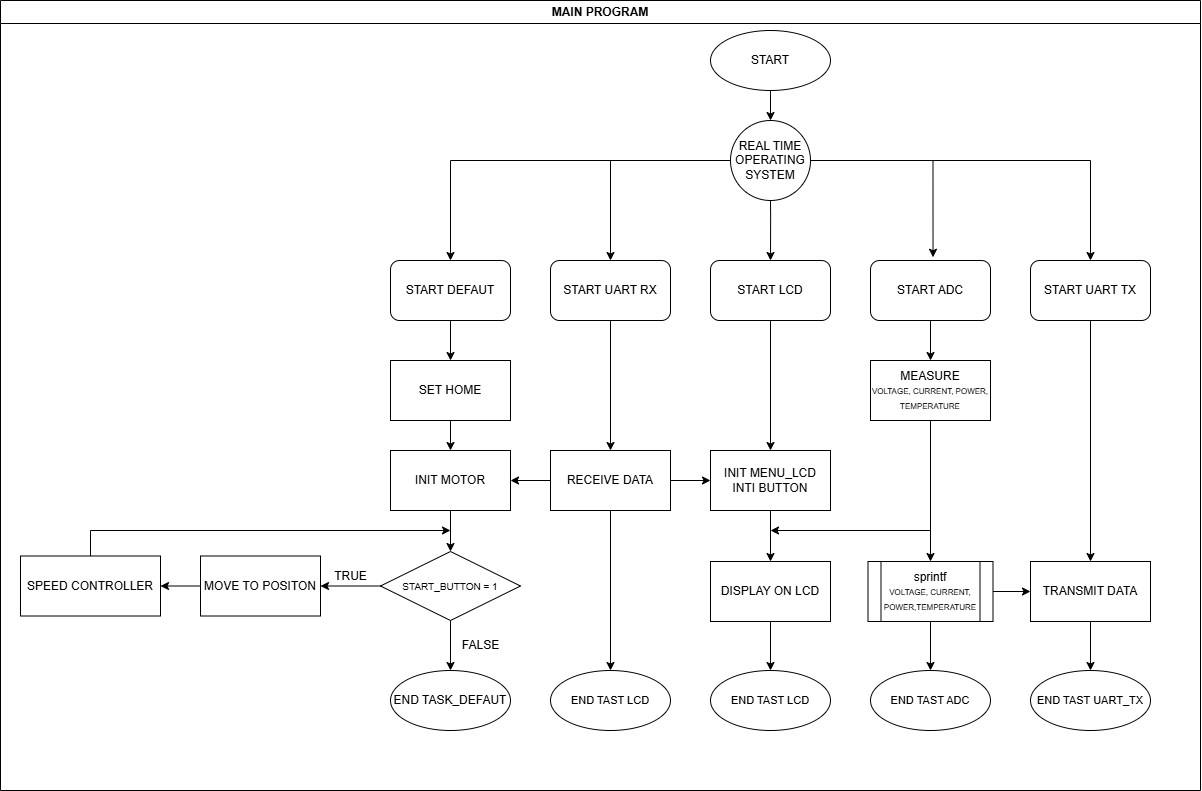
The draw.io diagram FLOWCHART/FLOWCHART-MAIN-PROGRAM.png in Quynguyen34/CNC-Drill-Graduation-Project, before a commit. Source tidied: cells renumbered, new cells last; positions are measured from the earlier drawing's top-left corner, leaving out a move shared by most shapes.
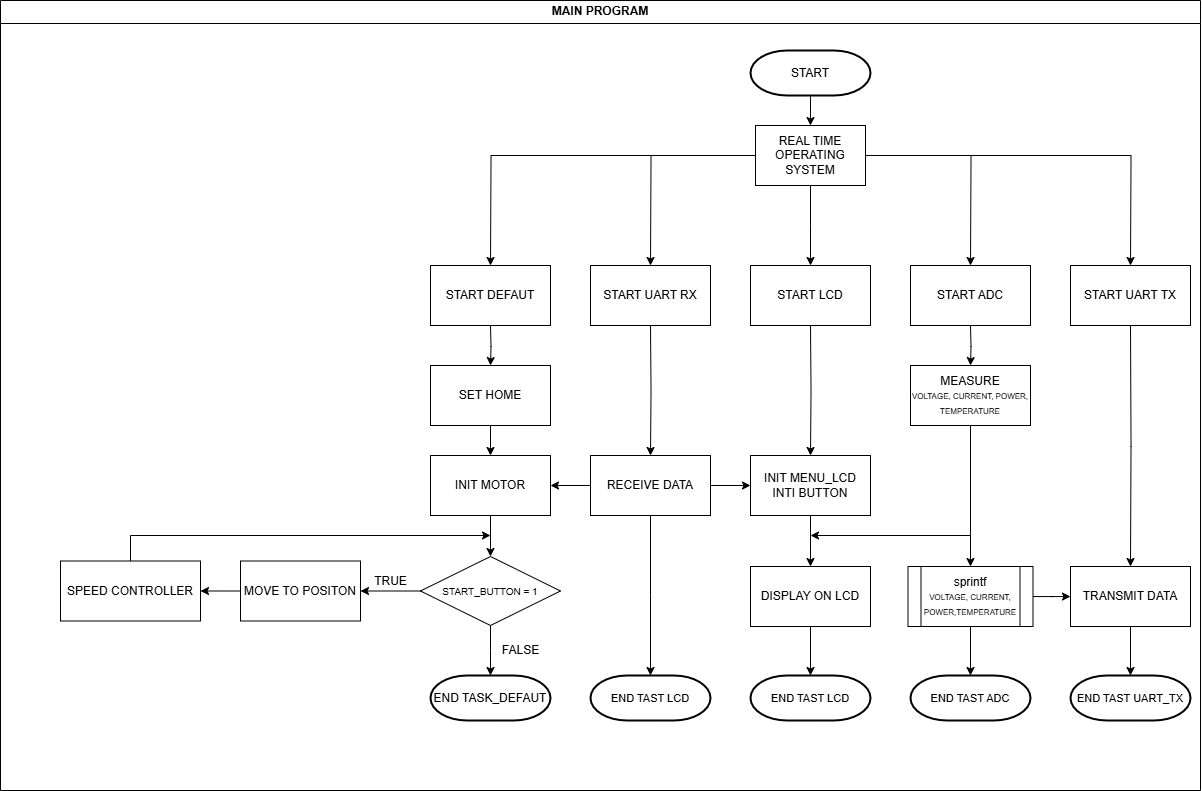
After the change.

Diff of the diagram source:
```diff
@@ -2,42 +2,17 @@
   <root>
     <mxCell id="0" />
     <mxCell id="1" parent="0" />
-    <mxCell id="2" style="edgeStyle=orthogonalEdgeStyle;rounded=0;jettySize=auto;html=1;" parent="1" edge="1" source="3" target="11">
-      <mxGeometry relative="1" as="geometry" />
+    <mxCell id="2" style="edgeStyle=orthogonalEdgeStyle;rounded=0;orthogonalLoop=1;jettySize=auto;html=1;" parent="1" edge="1">
+      <mxGeometry relative="1" as="geometry">
+        <mxPoint x="770" y="90" as="sourcePoint" />
+        <mxPoint x="770" y="120" as="targetPoint" />
+      </mxGeometry>
     </mxCell>
-    <mxCell id="3" value="START" style="ellipse;whiteSpace=wrap;html=1;" parent="1" vertex="1">
-      <mxGeometry x="710" y="30" width="120" height="60" as="geometry" />
-    </mxCell>
-    <mxCell id="4" style="edgeStyle=orthogonalEdgeStyle;rounded=0;jettySize=auto;html=1;" parent="1" edge="1" source="5" target="13">
-      <mxGeometry relative="1" as="geometry" />
+    <mxCell id="4" style="edgeStyle=orthogonalEdgeStyle;rounded=0;jettySize=auto;html=1;" parent="1" edge="1" target="13">
+      <mxGeometry relative="1" as="geometry">
+        <mxPoint x="450" y="320" as="sourcePoint" />
+      </mxGeometry>
     </mxCell>
-    <mxCell id="5" value="START DEFAUT" style="rounded=1;whiteSpace=wrap;html=1;" parent="1" vertex="1">
-      <mxGeometry x="390" y="260" width="120" height="60" as="geometry" />
-    </mxCell>
-    <mxCell id="6" style="edgeStyle=orthogonalEdgeStyle;rounded=0;jettySize=auto;html=1;entryX=0.5;entryY=0;entryDx=0;entryDy=0;" parent="1" edge="1" source="11" target="5">
-      <mxGeometry relative="1" as="geometry" />
-    </mxCell>
-    <mxCell id="7" style="edgeStyle=orthogonalEdgeStyle;rounded=0;jettySize=auto;html=1;entryX=0.5;entryY=0;entryDx=0;entryDy=0;exitX=0;exitY=0.5;exitDx=0;exitDy=0;" parent="1" edge="1" source="11" target="28">
-      <mxGeometry relative="1" as="geometry">
-        <Array as="points">
-          <mxPoint x="610" y="160" />
-        </Array>
-      </mxGeometry>
-    </mxCell>
-    <mxCell id="8" style="edgeStyle=orthogonalEdgeStyle;rounded=0;jettySize=auto;html=1;" parent="1" edge="1" target="34">
-      <mxGeometry relative="1" as="geometry">
-        <mxPoint x="769.6" y="170" as="sourcePoint" />
-      </mxGeometry>
-    </mxCell>
-    <mxCell id="9" style="edgeStyle=orthogonalEdgeStyle;rounded=0;jettySize=auto;html=1;entryX=0.479;entryY=-0.054;entryDx=0;entryDy=0;entryPerimeter=0;" parent="1" edge="1" source="11" target="40">
-      <mxGeometry relative="1" as="geometry" />
-    </mxCell>
-    <mxCell id="10" style="edgeStyle=orthogonalEdgeStyle;rounded=0;jettySize=auto;html=1;entryX=0.5;entryY=0;entryDx=0;entryDy=0;exitX=1;exitY=0.5;exitDx=0;exitDy=0;" parent="1" edge="1" source="11" target="47">
-      <mxGeometry relative="1" as="geometry" />
-    </mxCell>
-    <mxCell id="11" value="REAL TIME OPERATING SYSTEM" style="ellipse;whiteSpace=wrap;html=1;" parent="1" vertex="1">
-      <mxGeometry x="730" y="120" width="80" height="80" as="geometry" />
-    </mxCell>
     <mxCell id="12" style="edgeStyle=orthogonalEdgeStyle;rounded=0;jettySize=auto;html=1;" parent="1" edge="1" source="13" target="15">
       <mxGeometry relative="1" as="geometry" />
     </mxCell>
@@ -53,8 +28,10 @@
     <mxCell id="16" style="edgeStyle=orthogonalEdgeStyle;rounded=0;jettySize=auto;html=1;" parent="1" edge="1" source="18" target="21">
       <mxGeometry relative="1" as="geometry" />
     </mxCell>
-    <mxCell id="17" style="edgeStyle=orthogonalEdgeStyle;rounded=0;jettySize=auto;html=1;entryX=0.5;entryY=0;entryDx=0;entryDy=0;" parent="1" edge="1" source="18" target="23">
-      <mxGeometry relative="1" as="geometry" />
+    <mxCell id="17" style="edgeStyle=orthogonalEdgeStyle;rounded=0;jettySize=auto;html=1;entryX=0.5;entryY=0;entryDx=0;entryDy=0;" parent="1" edge="1" source="18">
+      <mxGeometry relative="1" as="geometry">
+        <mxPoint x="450" y="670" as="targetPoint" />
+      </mxGeometry>
     </mxCell>
     <mxCell id="18" value="&lt;font style=&quot;font-size: 10px;&quot;&gt;START_BUTTON = 1&lt;/font&gt;" style="rhombus;whiteSpace=wrap;html=1;rounded=0;" parent="1" vertex="1">
       <mxGeometry x="380" y="551" width="140" height="69" as="geometry" />
@@ -76,9 +53,6 @@
     <mxCell id="22" value="TRUE" style="text;html=1;align=center;verticalAlign=middle;strokeColor=none;fillColor=none;" parent="1" vertex="1">
       <mxGeometry x="320" y="561" width="60" height="30" as="geometry" />
     </mxCell>
-    <mxCell id="23" value="END TASK_DEFAUT" style="ellipse;whiteSpace=wrap;html=1;" parent="1" vertex="1">
-      <mxGeometry x="390" y="670" width="120" height="60" as="geometry" />
-    </mxCell>
     <mxCell id="24" value="FALSE" style="text;html=1;align=center;verticalAlign=middle;strokeColor=none;fillColor=none;" parent="1" vertex="1">
       <mxGeometry x="450" y="630" width="60" height="30" as="geometry" />
     </mxCell>
@@ -94,17 +68,18 @@
         </Array>
       </mxGeometry>
     </mxCell>
-    <mxCell id="27" style="edgeStyle=orthogonalEdgeStyle;rounded=0;jettySize=auto;html=1;" parent="1" edge="1" source="28" target="32">
-      <mxGeometry relative="1" as="geometry" />
+    <mxCell id="27" style="edgeStyle=orthogonalEdgeStyle;rounded=0;jettySize=auto;html=1;" parent="1" edge="1" target="32">
+      <mxGeometry relative="1" as="geometry">
+        <mxPoint x="610" y="320" as="sourcePoint" />
+      </mxGeometry>
     </mxCell>
-    <mxCell id="28" value="START UART RX" style="rounded=1;whiteSpace=wrap;html=1;" parent="1" vertex="1">
-      <mxGeometry x="550" y="260" width="120" height="60" as="geometry" />
-    </mxCell>
     <mxCell id="29" style="edgeStyle=orthogonalEdgeStyle;rounded=0;jettySize=auto;html=1;entryX=1;entryY=0.5;entryDx=0;entryDy=0;" parent="1" edge="1" source="32" target="15">
       <mxGeometry relative="1" as="geometry" />
     </mxCell>
-    <mxCell id="30" style="edgeStyle=orthogonalEdgeStyle;rounded=0;jettySize=auto;html=1;entryX=0.5;entryY=0;entryDx=0;entryDy=0;" parent="1" edge="1" source="32" target="53">
-      <mxGeometry relative="1" as="geometry" />
+    <mxCell id="30" style="edgeStyle=orthogonalEdgeStyle;rounded=0;jettySize=auto;html=1;entryX=0.5;entryY=0;entryDx=0;entryDy=0;" parent="1" edge="1" source="32">
+      <mxGeometry relative="1" as="geometry">
+        <mxPoint x="610" y="670" as="targetPoint" />
+      </mxGeometry>
     </mxCell>
     <mxCell id="31" style="edgeStyle=orthogonalEdgeStyle;rounded=0;jettySize=auto;html=1;" parent="1" edge="1" source="32" target="36">
       <mxGeometry relative="1" as="geometry" />
@@ -112,30 +87,30 @@
     <mxCell id="32" value="RECEIVE DATA" style="rounded=0;whiteSpace=wrap;html=1;" parent="1" vertex="1">
       <mxGeometry x="550" y="450" width="120" height="60" as="geometry" />
     </mxCell>
-    <mxCell id="33" style="edgeStyle=orthogonalEdgeStyle;rounded=0;jettySize=auto;html=1;" parent="1" edge="1" source="34" target="36">
-      <mxGeometry relative="1" as="geometry" />
+    <mxCell id="33" style="edgeStyle=orthogonalEdgeStyle;rounded=0;jettySize=auto;html=1;" parent="1" edge="1" target="36">
+      <mxGeometry relative="1" as="geometry">
+        <mxPoint x="770" y="320" as="sourcePoint" />
+      </mxGeometry>
     </mxCell>
-    <mxCell id="34" value="START LCD" style="rounded=1;whiteSpace=wrap;html=1;direction=east;flipH=1;" parent="1" vertex="1">
-      <mxGeometry x="710" y="260" width="120" height="60" as="geometry" />
-    </mxCell>
     <mxCell id="35" style="edgeStyle=orthogonalEdgeStyle;rounded=0;jettySize=auto;html=1;entryX=0.5;entryY=0;entryDx=0;entryDy=0;" parent="1" edge="1" source="36" target="38">
       <mxGeometry relative="1" as="geometry" />
     </mxCell>
     <mxCell id="36" value="INIT MENU_LCD&lt;div&gt;INTI BUTTON&lt;/div&gt;" style="rounded=0;whiteSpace=wrap;html=1;direction=east;flipH=1;" parent="1" vertex="1">
       <mxGeometry x="710" y="450" width="120" height="60" as="geometry" />
     </mxCell>
-    <mxCell id="37" style="edgeStyle=orthogonalEdgeStyle;rounded=0;jettySize=auto;html=1;" parent="1" edge="1" source="38" target="52">
-      <mxGeometry relative="1" as="geometry" />
+    <mxCell id="37" style="edgeStyle=orthogonalEdgeStyle;rounded=0;jettySize=auto;html=1;" parent="1" edge="1" source="38">
+      <mxGeometry relative="1" as="geometry">
+        <mxPoint x="770" y="670" as="targetPoint" />
+      </mxGeometry>
     </mxCell>
     <mxCell id="38" value="DISPLAY ON LCD" style="rounded=0;whiteSpace=wrap;html=1;direction=east;flipH=1;" parent="1" vertex="1">
       <mxGeometry x="710" y="561" width="120" height="60" as="geometry" />
     </mxCell>
-    <mxCell id="39" style="edgeStyle=orthogonalEdgeStyle;rounded=0;jettySize=auto;html=1;" parent="1" edge="1" source="40" target="42">
-      <mxGeometry relative="1" as="geometry" />
+    <mxCell id="39" style="edgeStyle=orthogonalEdgeStyle;rounded=0;jettySize=auto;html=1;" parent="1" edge="1" target="42">
+      <mxGeometry relative="1" as="geometry">
+        <mxPoint x="930" y="320" as="sourcePoint" />
+      </mxGeometry>
     </mxCell>
-    <mxCell id="40" value="START ADC" style="rounded=1;whiteSpace=wrap;html=1;direction=east;flipH=1;" parent="1" vertex="1">
-      <mxGeometry x="870" y="260" width="120" height="60" as="geometry" />
-    </mxCell>
     <mxCell id="41" style="edgeStyle=orthogonalEdgeStyle;rounded=0;jettySize=auto;html=1;entryX=0.5;entryY=0;entryDx=0;entryDy=0;" parent="1" edge="1" source="42" target="45">
       <mxGeometry relative="1" as="geometry" />
     </mxCell>
@@ -145,38 +120,90 @@
     <mxCell id="43" style="edgeStyle=orthogonalEdgeStyle;rounded=0;jettySize=auto;html=1;" parent="1" edge="1" source="45" target="49">
       <mxGeometry relative="1" as="geometry" />
     </mxCell>
-    <mxCell id="44" style="edgeStyle=orthogonalEdgeStyle;rounded=0;jettySize=auto;html=1;" parent="1" edge="1" source="45" target="51">
-      <mxGeometry relative="1" as="geometry" />
+    <mxCell id="44" style="edgeStyle=orthogonalEdgeStyle;rounded=0;jettySize=auto;html=1;" parent="1" edge="1" source="45">
+      <mxGeometry relative="1" as="geometry">
+        <mxPoint x="930" y="670" as="targetPoint" />
+      </mxGeometry>
     </mxCell>
     <mxCell id="45" value="sprintf&lt;div&gt;&lt;font style=&quot;font-size: 8px;&quot;&gt;VOLTAGE, CURRENT, POWER,TEMPERATURE&lt;/font&gt;&lt;/div&gt;" style="shape=process;whiteSpace=wrap;html=1;backgroundOutline=1;direction=east;flipH=1;" parent="1" vertex="1">
       <mxGeometry x="867.5" y="561" width="125" height="60" as="geometry" />
     </mxCell>
-    <mxCell id="46" style="edgeStyle=orthogonalEdgeStyle;rounded=0;jettySize=auto;html=1;" parent="1" edge="1" source="47" target="49">
-      <mxGeometry relative="1" as="geometry" />
+    <mxCell id="46" style="edgeStyle=orthogonalEdgeStyle;rounded=0;jettySize=auto;html=1;" parent="1" edge="1" target="49">
+      <mxGeometry relative="1" as="geometry">
+        <mxPoint x="1090" y="320" as="sourcePoint" />
+      </mxGeometry>
     </mxCell>
-    <mxCell id="47" value="START UART TX" style="rounded=1;whiteSpace=wrap;html=1;direction=east;flipH=1;" parent="1" vertex="1">
-      <mxGeometry x="1030" y="260" width="120" height="60" as="geometry" />
-    </mxCell>
-    <mxCell id="48" style="edgeStyle=orthogonalEdgeStyle;rounded=0;jettySize=auto;html=1;" parent="1" edge="1" source="49" target="50">
-      <mxGeometry relative="1" as="geometry" />
+    <mxCell id="48" style="edgeStyle=orthogonalEdgeStyle;rounded=0;jettySize=auto;html=1;" parent="1" edge="1" source="49">
+      <mxGeometry relative="1" as="geometry">
+        <mxPoint x="1090" y="670" as="targetPoint" />
+      </mxGeometry>
     </mxCell>
     <mxCell id="49" value="TRANSMIT DATA" style="rounded=0;whiteSpace=wrap;html=1;direction=east;flipH=1;" parent="1" vertex="1">
       <mxGeometry x="1030" y="561" width="120" height="60" as="geometry" />
     </mxCell>
+    <mxCell id="54" value="MAIN PROGRAM" style="swimlane;whiteSpace=wrap;html=1;" parent="1" vertex="1">
+      <mxGeometry x="-40" y="-5" width="1200" height="790" as="geometry" />
+    </mxCell>
+    <mxCell id="3" value="START" style="strokeWidth=2;html=1;shape=mxgraph.flowchart.terminator;whiteSpace=wrap;" parent="54" vertex="1">
+      <mxGeometry x="750" y="50" width="120" height="45" as="geometry" />
+    </mxCell>
+    <mxCell id="11" value="REAL TIME OPERATING SYSTEM" style="rounded=0;whiteSpace=wrap;html=1;" parent="54" vertex="1">
+      <mxGeometry x="755" y="125" width="110" height="60" as="geometry" />
+    </mxCell>
+    <mxCell id="5" value="START DEFAUT" style="rounded=0;whiteSpace=wrap;html=1;" parent="54" vertex="1">
+      <mxGeometry x="430" y="265" width="120" height="60" as="geometry" />
+    </mxCell>
+    <mxCell id="28" value="START UART RX" style="rounded=0;whiteSpace=wrap;html=1;" parent="54" vertex="1">
+      <mxGeometry x="590" y="265" width="120" height="60" as="geometry" />
+    </mxCell>
+    <mxCell id="34" value="START LCD" style="rounded=0;whiteSpace=wrap;html=1;" parent="54" vertex="1">
+      <mxGeometry x="750" y="265" width="120" height="60" as="geometry" />
+    </mxCell>
+    <mxCell id="40" value="START ADC" style="rounded=0;whiteSpace=wrap;html=1;" parent="54" vertex="1">
+      <mxGeometry x="910" y="265" width="120" height="60" as="geometry" />
+    </mxCell>
+    <mxCell id="47" value="START UART TX" style="rounded=0;whiteSpace=wrap;html=1;" parent="54" vertex="1">
+      <mxGeometry x="1070" y="265" width="120" height="60" as="geometry" />
+    </mxCell>
+    <mxCell id="23" value="END TASK_DEFAUT" style="strokeWidth=2;html=1;shape=mxgraph.flowchart.terminator;whiteSpace=wrap;" parent="54" vertex="1">
+      <mxGeometry x="430" y="675" width="120" height="45" as="geometry" />
+    </mxCell>
+    <mxCell id="55" value="&lt;span style=&quot;font-size: 11px;&quot;&gt;END TAST LCD&lt;/span&gt;" style="strokeWidth=2;html=1;shape=mxgraph.flowchart.terminator;whiteSpace=wrap;" parent="54" vertex="1">
+      <mxGeometry x="590" y="675" width="120" height="45" as="geometry" />
+    </mxCell>
+    <mxCell id="56" value="&lt;span style=&quot;font-size: 11px;&quot;&gt;END TAST LCD&lt;/span&gt;" style="strokeWidth=2;html=1;shape=mxgraph.flowchart.terminator;whiteSpace=wrap;" parent="54" vertex="1">
+      <mxGeometry x="750" y="675" width="120" height="45" as="geometry" />
+    </mxCell>
+    <mxCell id="51" value="&lt;span style=&quot;font-size: 11px;&quot;&gt;END TAST ADC&lt;/span&gt;" style="strokeWidth=2;html=1;shape=mxgraph.flowchart.terminator;whiteSpace=wrap;" parent="54" vertex="1">
+      <mxGeometry x="910" y="675" width="120" height="45" as="geometry" />
+    </mxCell>
-    <mxCell id="50" value="&lt;font style=&quot;font-size: 11px;&quot;&gt;END TAST UART_TX&lt;/font&gt;" style="ellipse;whiteSpace=wrap;html=1;direction=east;flipH=1;" parent="1" vertex="1">
-      <mxGeometry x="1030" y="670" width="120" height="60" as="geometry" />
+    <mxCell id="50" value="&lt;span style=&quot;font-size: 11px;&quot;&gt;END TAST UART_TX&lt;/span&gt;" style="strokeWidth=2;html=1;shape=mxgraph.flowchart.terminator;whiteSpace=wrap;" parent="54" vertex="1">
+      <mxGeometry x="1070" y="675" width="120" height="45" as="geometry" />
     </mxCell>
-    <mxCell id="51" value="&lt;font style=&quot;font-size: 11px;&quot;&gt;END TAST ADC&lt;/font&gt;" style="ellipse;whiteSpace=wrap;html=1;direction=east;flipH=1;" parent="1" vertex="1">
-      <mxGeometry x="870" y="670" width="120" height="60" as="geometry" />
-    </mxCell>
-    <mxCell id="52" value="&lt;font style=&quot;font-size: 11px;&quot;&gt;END TAST LCD&lt;/font&gt;" style="ellipse;whiteSpace=wrap;html=1;direction=east;flipH=1;" parent="1" vertex="1">
-      <mxGeometry x="710" y="670" width="120" height="60" as="geometry" />
-    </mxCell>
-    <mxCell id="53" value="&lt;font style=&quot;font-size: 11px;&quot;&gt;END TAST LCD&lt;/font&gt;" style="ellipse;whiteSpace=wrap;html=1;direction=east;flipH=1;" parent="1" vertex="1">
-      <mxGeometry x="550" y="670" width="120" height="60" as="geometry" />
-    </mxCell>
-    <mxCell id="54" value="MAIN PROGRAM" style="swimlane;whiteSpace=wrap;html=1;" parent="1" vertex="1">
-      <mxGeometry width="1200" height="790" as="geometry" />
-    </mxCell>
+    <mxCell id="57" style="edgeStyle=orthogonalEdgeStyle;rounded=0;jettySize=auto;html=1;" parent="1" edge="1" source="11">
+      <mxGeometry relative="1" as="geometry">
+        <mxPoint x="770" y="260" as="targetPoint" />
+      </mxGeometry>
+    </mxCell>
+    <mxCell id="58" style="edgeStyle=orthogonalEdgeStyle;rounded=0;jettySize=auto;html=1;" parent="1" edge="1" source="11">
+      <mxGeometry relative="1" as="geometry">
+        <mxPoint x="930" y="260" as="targetPoint" />
+      </mxGeometry>
+    </mxCell>
+    <mxCell id="59" style="edgeStyle=orthogonalEdgeStyle;rounded=0;jettySize=auto;html=1;entryX=0.5;entryY=0;entryDx=0;entryDy=0;" parent="1" edge="1" source="11">
+      <mxGeometry relative="1" as="geometry">
+        <mxPoint x="1090" y="260" as="targetPoint" />
+      </mxGeometry>
+    </mxCell>
+    <mxCell id="60" style="edgeStyle=orthogonalEdgeStyle;rounded=0;jettySize=auto;html=1;entryX=0.5;entryY=0;entryDx=0;entryDy=0;" parent="1" edge="1" source="11">
+      <mxGeometry relative="1" as="geometry">
+        <mxPoint x="610" y="260" as="targetPoint" />
+      </mxGeometry>
+    </mxCell>
+    <mxCell id="61" style="edgeStyle=orthogonalEdgeStyle;rounded=0;jettySize=auto;html=1;" parent="1" edge="1" source="11">
+      <mxGeometry relative="1" as="geometry">
+        <mxPoint x="450" y="260" as="targetPoint" />
+      </mxGeometry>
+    </mxCell>
   </root>
 </mxGraphModel>
```
